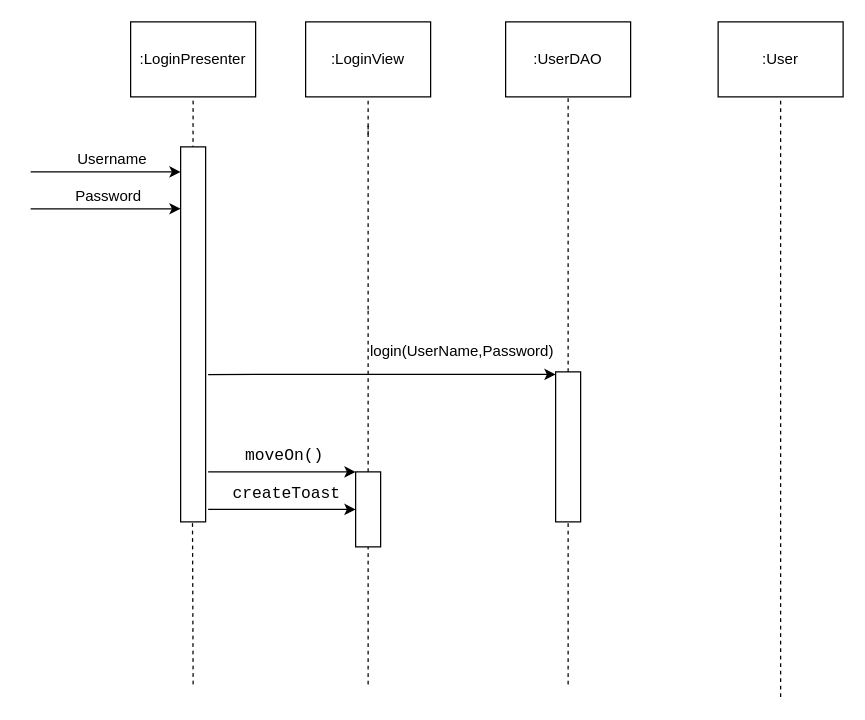
ntinouldinho/Parking-App keeps this draw.io diagram as R4_Diagrams/Sequence Diagrams/LoginSD.drawio. Above is the earlier version. Source tidied: cells renumbered, new cells numbered last; positions are measured from the earlier drawing's top-left corner, leaving out a move shared by most shapes. Both pictures are drawn from the tidied source at 125%, with x=0, y=0 at pixel (30, 21).
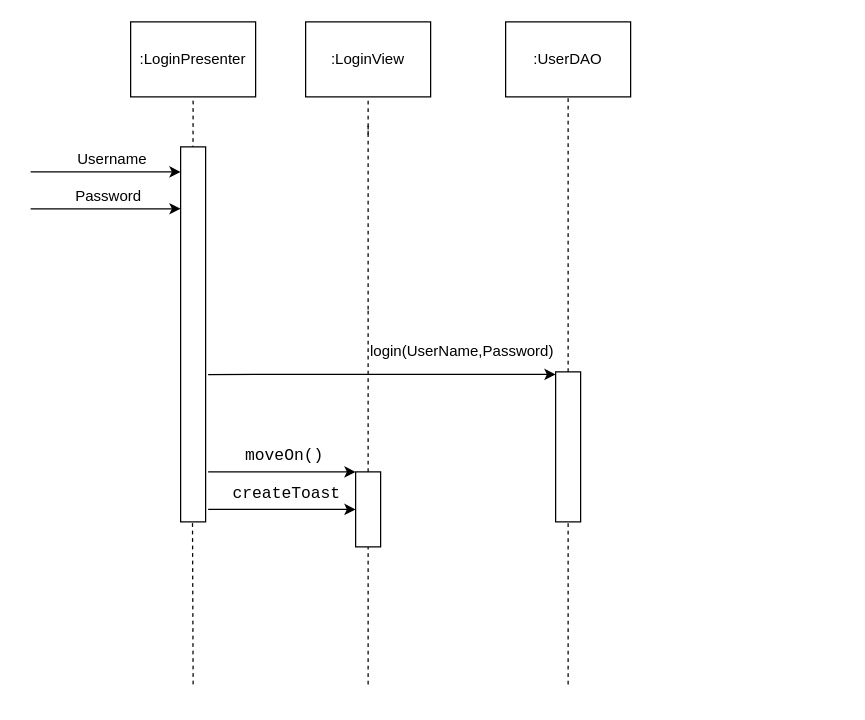
The same diagram, later.

Change to the diagram source:
```diff
@@
-    <mxCell id="8" value=":User" style="rounded=0;whiteSpace=wrap;html=1;" parent="1" vertex="1">
-      <mxGeometry x="550" width="100" height="60" as="geometry" />
-    </mxCell>
-    <mxCell id="9" style="endArrow=none;dashed=1;html=1;entryX=0.5;entryY=1;entryDx=0;entryDy=0;" parent="1" edge="1" target="8">
-      <mxGeometry relative="1" as="geometry">
-        <mxPoint x="600" y="540" as="sourcePoint" />
-      </mxGeometry>
-    </mxCell>
```
